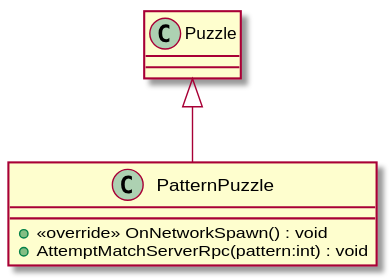
David-Denny/COMP3013-Team7 keeps this PlantUML diagram as UML/Puzzles/PatternPuzzle/PatternPuzzle.svg. Above is the earlier version. Its diagram source:
```plantuml
@startuml
class PatternPuzzle {
    + <<override>> OnNetworkSpawn() : void
    + AttemptMatchServerRpc(pattern:int) : void
}
Puzzle <|-- PatternPuzzle
@enduml
```
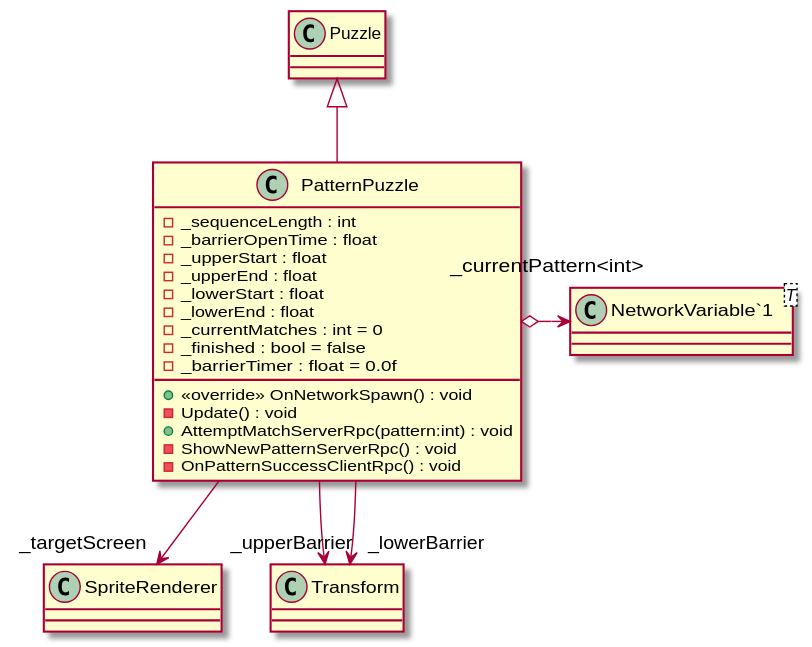
The same file after the commit.

Diff of the diagram source:
```diff
@@ -1,7 +1,25 @@
 @startuml
 class PatternPuzzle {
+    - _sequenceLength : int
+    - _barrierOpenTime : float
+    - _upperStart : float
+    - _upperEnd : float
+    - _lowerStart : float
+    - _lowerEnd : float
+    - _currentMatches : int = 0
+    - _finished : bool = false
+    - _barrierTimer : float = 0.0f
     + <<override>> OnNetworkSpawn() : void
+    - Update() : void
     + AttemptMatchServerRpc(pattern:int) : void
+    - ShowNewPatternServerRpc() : void
+    - OnPatternSuccessClientRpc() : void
+}
+class "NetworkVariable`1"<T> {
 }
 Puzzle <|-- PatternPuzzle
+PatternPuzzle --> "_targetScreen" SpriteRenderer
+PatternPuzzle --> "_upperBarrier" Transform
+PatternPuzzle --> "_lowerBarrier" Transform
+PatternPuzzle o-> "_currentPattern<int>" "NetworkVariable`1"
 @enduml
```
